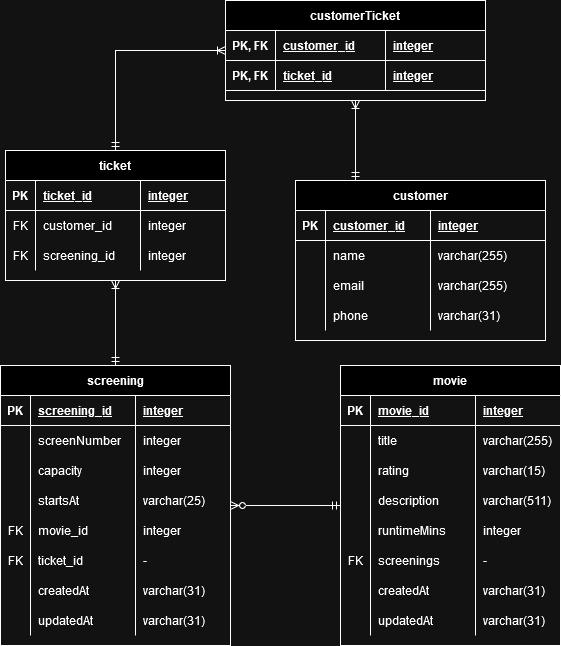
Before: api-cinema-challenge/documentation/Cinema_challenge_ERD_dark.drawio.png, a diagram exported from draw.io (boolean-uk/csharp-api-cinema-challenge). Source tidied: cells renumbered, new cells last; positions are measured from the earlier drawing's top-left corner, leaving out a move shared by most shapes.
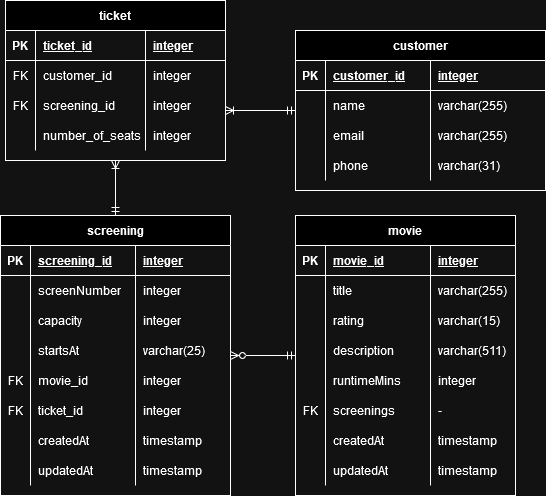
After the change.

Commit message:
Updated ER diagrams to reflect state after extension done

The edit, as a diff of the source:
```diff
@@ -3,7 +3,7 @@
     <mxCell id="0" />
     <mxCell id="1" parent="0" />
     <mxCell id="2" value="ticket" style="shape=table;startSize=30;rowLines=0;fontStyle=1;align=center;" parent="1" vertex="1">
-      <mxGeometry x="5" y="150" width="220" height="130" as="geometry" />
+      <mxGeometry x="5" y="150" width="220" height="160" as="geometry" />
     </mxCell>
     <mxCell id="3" style="shape=partialRectangle;fillColor=none;top=0;left=0;right=0;bottom=1;" parent="2" vertex="1">
       <mxGeometry y="30" width="220" height="30" as="geometry" />
@@ -12,10 +12,10 @@
       <mxGeometry width="30" height="30" as="geometry" />
     </mxCell>
     <mxCell id="5" value="ticket_id" style="shape=partialRectangle;overflow=hidden;fillColor=none;top=0;left=0;bottom=0;right=0;align=left;spacingLeft=6;fontStyle=5;" parent="3" vertex="1">
-      <mxGeometry x="30" width="105" height="30" as="geometry" />
+      <mxGeometry x="30" width="110" height="30" as="geometry" />
     </mxCell>
     <mxCell id="6" value="integer" style="shape=partialRectangle;overflow=hidden;fillColor=none;top=0;left=0;bottom=0;right=0;align=left;spacingLeft=6;fontStyle=5;" parent="3" vertex="1">
-      <mxGeometry x="135" width="85" height="30" as="geometry" />
+      <mxGeometry x="140" width="80" height="30" as="geometry" />
     </mxCell>
     <mxCell id="7" style="shape=partialRectangle;fillColor=none;top=0;left=0;right=0;bottom=0;" parent="2" vertex="1">
       <mxGeometry y="60" width="220" height="30" as="geometry" />
@@ -24,10 +24,10 @@
       <mxGeometry width="30" height="30" as="geometry" />
     </mxCell>
     <mxCell id="9" value="customer_id" style="shape=partialRectangle;overflow=hidden;fillColor=none;top=0;left=0;bottom=0;right=0;align=left;spacingLeft=6;" parent="7" vertex="1">
-      <mxGeometry x="30" width="105" height="30" as="geometry" />
+      <mxGeometry x="30" width="110" height="30" as="geometry" />
     </mxCell>
     <mxCell id="10" value="integer" style="shape=partialRectangle;overflow=hidden;fillColor=none;top=0;left=0;bottom=0;right=0;align=left;spacingLeft=6;" parent="7" vertex="1">
-      <mxGeometry x="135" width="85" height="30" as="geometry" />
+      <mxGeometry x="140" width="80" height="30" as="geometry" />
     </mxCell>
     <mxCell id="11" style="shape=partialRectangle;fillColor=none;top=0;left=0;right=0;bottom=0;" parent="2" vertex="1">
       <mxGeometry y="90" width="220" height="30" as="geometry" />
@@ -36,11 +36,23 @@
       <mxGeometry width="30" height="30" as="geometry" />
     </mxCell>
     <mxCell id="13" value="screening_id" style="shape=partialRectangle;overflow=hidden;fillColor=none;top=0;left=0;bottom=0;right=0;align=left;spacingLeft=6;" parent="11" vertex="1">
-      <mxGeometry x="30" width="105" height="30" as="geometry" />
+      <mxGeometry x="30" width="110" height="30" as="geometry" />
     </mxCell>
     <mxCell id="14" value="integer" style="shape=partialRectangle;overflow=hidden;fillColor=none;top=0;left=0;bottom=0;right=0;align=left;spacingLeft=6;" parent="11" vertex="1">
-      <mxGeometry x="135" width="85" height="30" as="geometry" />
+      <mxGeometry x="140" width="80" height="30" as="geometry" />
     </mxCell>
+    <mxCell id="111" style="shape=partialRectangle;fillColor=none;top=0;left=0;right=0;bottom=0;" parent="2" vertex="1">
+      <mxGeometry y="120" width="220" height="30" as="geometry" />
+    </mxCell>
+    <mxCell id="112" style="shape=partialRectangle;overflow=hidden;fillColor=none;top=0;left=0;bottom=0;right=0;" parent="111" vertex="1">
+      <mxGeometry width="30" height="30" as="geometry" />
+    </mxCell>
+    <mxCell id="113" value="number_of_seats" style="shape=partialRectangle;overflow=hidden;fillColor=none;top=0;left=0;bottom=0;right=0;align=left;spacingLeft=6;" parent="111" vertex="1">
+      <mxGeometry x="30" width="110" height="30" as="geometry" />
+    </mxCell>
+    <mxCell id="114" value="integer" style="shape=partialRectangle;overflow=hidden;fillColor=none;top=0;left=0;bottom=0;right=0;align=left;spacingLeft=6;" parent="111" vertex="1">
+      <mxGeometry x="140" width="80" height="30" as="geometry" />
+    </mxCell>
     <mxCell id="15" style="edgeStyle=orthogonalEdgeStyle;rounded=0;jettySize=auto;html=1;endArrow=ERoneToMany;endFill=0;startArrow=ERmandOne;startFill=0;" parent="1" edge="1" source="16" target="2">
       <mxGeometry relative="1" as="geometry" />
     </mxCell>
@@ -116,7 +128,7 @@
     <mxCell id="39" value="ticket_id" style="shape=partialRectangle;overflow=hidden;fillColor=none;top=0;left=0;bottom=0;right=0;align=left;spacingLeft=6;" parent="37" vertex="1">
       <mxGeometry x="30" width="105" height="30" as="geometry" />
     </mxCell>
-    <mxCell id="40" value="-" style="shape=partialRectangle;overflow=hidden;fillColor=none;top=0;left=0;bottom=0;right=0;align=left;spacingLeft=6;" parent="37" vertex="1">
+    <mxCell id="40" value="integer" style="shape=partialRectangle;overflow=hidden;fillColor=none;top=0;left=0;bottom=0;right=0;align=left;spacingLeft=6;" parent="37" vertex="1">
       <mxGeometry x="135" width="95" height="30" as="geometry" />
     </mxCell>
     <mxCell id="41" style="shape=partialRectangle;fillColor=none;top=0;left=0;right=0;bottom=0;" parent="16" vertex="1">
@@ -128,7 +140,7 @@
     <mxCell id="43" value="createdAt" style="shape=partialRectangle;overflow=hidden;fillColor=none;top=0;left=0;bottom=0;right=0;align=left;spacingLeft=6;" parent="41" vertex="1">
       <mxGeometry x="30" width="105" height="30" as="geometry" />
     </mxCell>
-    <mxCell id="44" value="varchar(31)" style="shape=partialRectangle;overflow=hidden;fillColor=none;top=0;left=0;bottom=0;right=0;align=left;spacingLeft=6;" parent="41" vertex="1">
+    <mxCell id="44" value="timestamp " style="shape=partialRectangle;overflow=hidden;fillColor=none;top=0;left=0;bottom=0;right=0;align=left;spacingLeft=6;" parent="41" vertex="1">
       <mxGeometry x="135" width="95" height="30" as="geometry" />
     </mxCell>
     <mxCell id="45" style="shape=partialRectangle;fillColor=none;top=0;left=0;right=0;bottom=0;" parent="16" vertex="1">
@@ -140,11 +152,11 @@
     <mxCell id="47" value="updatedAt" style="shape=partialRectangle;overflow=hidden;fillColor=none;top=0;left=0;bottom=0;right=0;align=left;spacingLeft=6;" parent="45" vertex="1">
       <mxGeometry x="30" width="105" height="30" as="geometry" />
     </mxCell>
-    <mxCell id="48" value="varchar(31)" style="shape=partialRectangle;overflow=hidden;fillColor=none;top=0;left=0;bottom=0;right=0;align=left;spacingLeft=6;" parent="45" vertex="1">
+    <mxCell id="48" value="timestamp " style="shape=partialRectangle;overflow=hidden;fillColor=none;top=0;left=0;bottom=0;right=0;align=left;spacingLeft=6;" parent="45" vertex="1">
       <mxGeometry x="135" width="95" height="30" as="geometry" />
     </mxCell>
     <mxCell id="49" value="movie" style="shape=table;startSize=30;rowLines=0;fontStyle=1;align=center;" parent="1" vertex="1">
-      <mxGeometry x="340" y="365" width="220" height="280" as="geometry" />
+      <mxGeometry x="295" y="365" width="220" height="280" as="geometry" />
     </mxCell>
     <mxCell id="50" style="shape=partialRectangle;fillColor=none;top=0;left=0;right=0;bottom=1;" parent="49" vertex="1">
       <mxGeometry y="30" width="220" height="30" as="geometry" />
@@ -227,7 +239,7 @@
     <mxCell id="76" value="createdAt" style="shape=partialRectangle;overflow=hidden;fillColor=none;top=0;left=0;bottom=0;right=0;align=left;spacingLeft=6;" parent="74" vertex="1">
       <mxGeometry x="30" width="105" height="30" as="geometry" />
     </mxCell>
-    <mxCell id="77" value="varchar(31)" style="shape=partialRectangle;overflow=hidden;fillColor=none;top=0;left=0;bottom=0;right=0;align=left;spacingLeft=6;" parent="74" vertex="1">
+    <mxCell id="77" value="timestamp " style="shape=partialRectangle;overflow=hidden;fillColor=none;top=0;left=0;bottom=0;right=0;align=left;spacingLeft=6;" parent="74" vertex="1">
       <mxGeometry x="135" width="85" height="30" as="geometry" />
     </mxCell>
     <mxCell id="78" style="shape=partialRectangle;fillColor=none;top=0;left=0;right=0;bottom=0;" parent="49" vertex="1">
@@ -239,14 +251,13 @@
     <mxCell id="80" value="updatedAt" style="shape=partialRectangle;overflow=hidden;fillColor=none;top=0;left=0;bottom=0;right=0;align=left;spacingLeft=6;" parent="78" vertex="1">
       <mxGeometry x="30" width="105" height="30" as="geometry" />
     </mxCell>
-    <mxCell id="81" value="varchar(31)" style="shape=partialRectangle;overflow=hidden;fillColor=none;top=0;left=0;bottom=0;right=0;align=left;spacingLeft=6;" parent="78" vertex="1">
+    <mxCell id="81" value="timestamp " style="shape=partialRectangle;overflow=hidden;fillColor=none;top=0;left=0;bottom=0;right=0;align=left;spacingLeft=6;" parent="78" vertex="1">
       <mxGeometry x="135" width="85" height="30" as="geometry" />
     </mxCell>
-    <mxCell id="82" style="edgeStyle=orthogonalEdgeStyle;rounded=0;jettySize=auto;html=1;endArrow=ERoneToMany;endFill=0;startArrow=ERmandOne;startFill=0;" parent="1" edge="1" source="83" target="102">
+    <mxCell id="82" style="edgeStyle=orthogonalEdgeStyle;rounded=0;jettySize=auto;html=1;endArrow=ERoneToMany;endFill=0;startArrow=ERmandOne;startFill=0;" parent="1" edge="1" source="83" target="2">
       <mxGeometry relative="1" as="geometry">
         <Array as="points">
-          <mxPoint x="355" y="150" />
-          <mxPoint x="355" y="150" />
+          <mxPoint x="355" y="230" />
         </Array>
       </mxGeometry>
     </mxCell>
@@ -304,39 +315,5 @@
     <mxCell id="100" style="edgeStyle=orthogonalEdgeStyle;rounded=0;jettySize=auto;html=1;endArrow=ERmandOne;endFill=0;startArrow=ERzeroToMany;startFill=0;" parent="1" edge="1" source="16" target="49">
       <mxGeometry relative="1" as="geometry" />
     </mxCell>
-    <mxCell id="101" style="edgeStyle=orthogonalEdgeStyle;rounded=0;jettySize=auto;html=1;endArrow=ERmandOne;endFill=0;startArrow=ERoneToMany;startFill=0;" parent="1" edge="1" source="102" target="2">
-      <mxGeometry relative="1" as="geometry">
-        <Array as="points">
-          <mxPoint x="115" y="50" />
-        </Array>
-      </mxGeometry>
-    </mxCell>
-    <mxCell id="102" value="customerTicket" style="shape=table;startSize=30;rowLines=0;fontStyle=1;align=center;" parent="1" vertex="1">
-      <mxGeometry x="225" width="260" height="100" as="geometry" />
-    </mxCell>
-    <mxCell id="103" style="shape=partialRectangle;fillColor=none;top=0;left=0;right=0;bottom=1;" parent="102" vertex="1">
-      <mxGeometry y="30" width="260" height="30" as="geometry" />
-    </mxCell>
-    <mxCell id="104" value="PK, FK" style="shape=partialRectangle;overflow=hidden;fillColor=none;top=0;left=0;bottom=0;right=0;fontStyle=1;" parent="103" vertex="1">
-      <mxGeometry width="50" height="30" as="geometry" />
-    </mxCell>
-    <mxCell id="105" value="customer_id" style="shape=partialRectangle;overflow=hidden;fillColor=none;top=0;left=0;bottom=0;right=0;align=left;spacingLeft=6;fontStyle=5;" parent="103" vertex="1">
-      <mxGeometry x="50" width="110" height="30" as="geometry" />
-    </mxCell>
-    <mxCell id="106" value="integer" style="shape=partialRectangle;overflow=hidden;fillColor=none;top=0;left=0;bottom=0;right=0;align=left;spacingLeft=6;fontStyle=5;" parent="103" vertex="1">
-      <mxGeometry x="160" width="100" height="30" as="geometry" />
-    </mxCell>
-    <mxCell id="107" style="shape=partialRectangle;fillColor=none;top=0;left=0;right=0;bottom=1;" parent="102" vertex="1">
-      <mxGeometry y="60" width="260" height="30" as="geometry" />
-    </mxCell>
-    <mxCell id="108" value="PK, FK" style="shape=partialRectangle;overflow=hidden;fillColor=none;top=0;left=0;bottom=0;right=0;fontStyle=1;" parent="107" vertex="1">
-      <mxGeometry width="50" height="30" as="geometry" />
-    </mxCell>
-    <mxCell id="109" value="ticket_id" style="shape=partialRectangle;overflow=hidden;fillColor=none;top=0;left=0;bottom=0;right=0;align=left;spacingLeft=6;fontStyle=5;" parent="107" vertex="1">
-      <mxGeometry x="50" width="110" height="30" as="geometry" />
-    </mxCell>
-    <mxCell id="110" value="integer" style="shape=partialRectangle;overflow=hidden;fillColor=none;top=0;left=0;bottom=0;right=0;align=left;spacingLeft=6;fontStyle=5;" parent="107" vertex="1">
-      <mxGeometry x="160" width="100" height="30" as="geometry" />
-    </mxCell>
   </root>
 </mxGraphModel>
```
